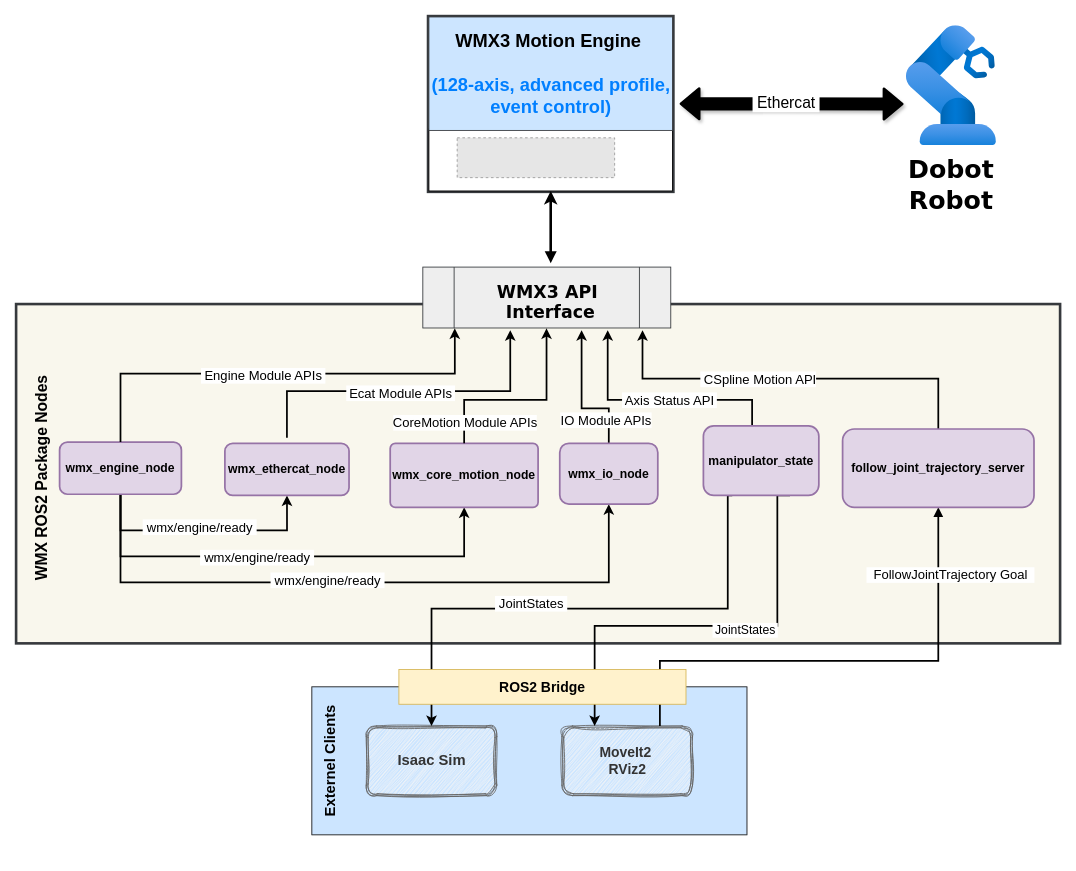
movensys/wmx-r2-doc keeps this draw.io diagram as devel/_static/draw.io/Node_architecture.drawio. Above is the earlier version. Source tidied: cells renumbered, new cells numbered last; positions are measured from the earlier drawing's top-left corner, leaving out a move shared by most shapes. Both pictures are drawn from the tidied source at 87%, with x=0, y=0 at pixel (-67, 17). Pictures stored in the file or linked from it are replaced by grey dashed boxes.
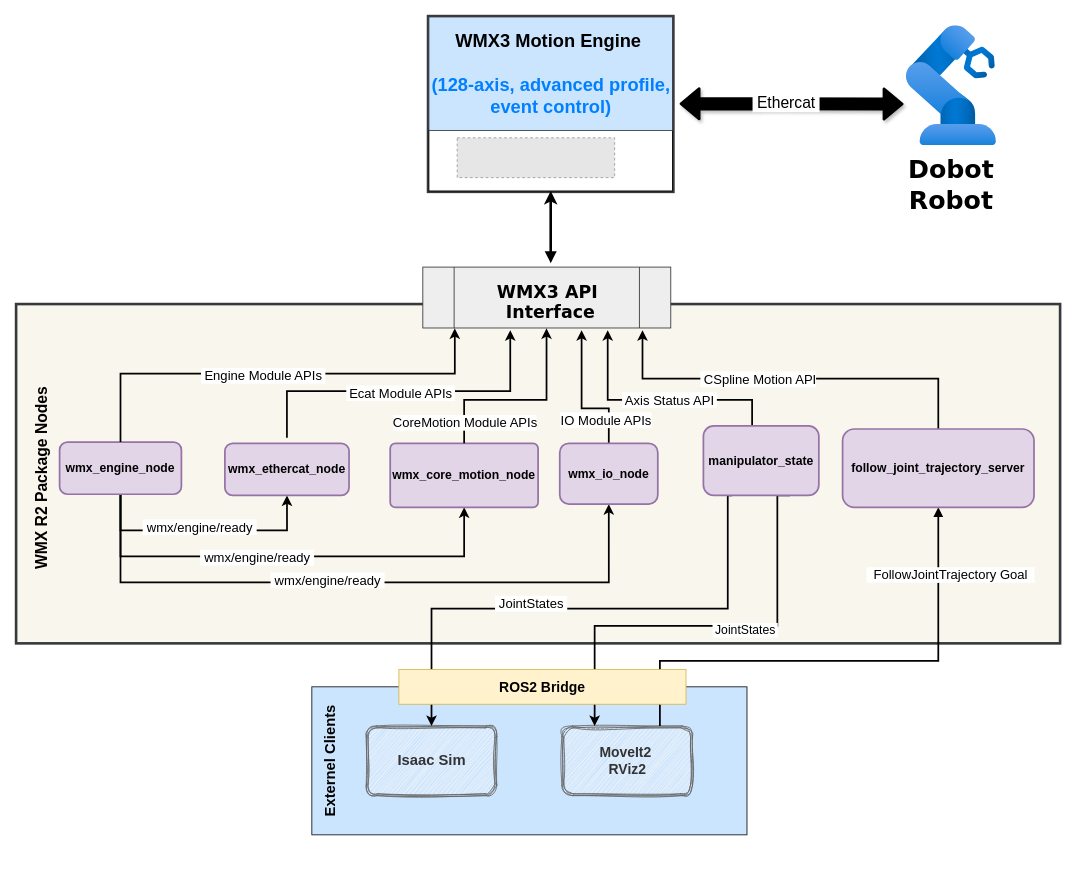
The same diagram, later.

What changed in the source:
```diff
@@
-    <mxCell id="50" value="&lt;font style=&quot;font-size: 18px;&quot;&gt;&lt;b style=&quot;&quot;&gt;WMX ROS2 Package Nodes&lt;/b&gt;&lt;/font&gt;" style="text;html=1;whiteSpace=wrap;strokeColor=none;fillColor=none;align=center;verticalAlign=middle;rounded=0;rotation=-90;" parent="1" vertex="1">
+    <mxCell id="50" value="&lt;font style=&quot;font-size: 18px;&quot;&gt;&lt;b style=&quot;&quot;&gt;WMX R2 Package Nodes&lt;/b&gt;&lt;/font&gt;" style="text;html=1;whiteSpace=wrap;strokeColor=none;fillColor=none;align=center;verticalAlign=middle;rounded=0;rotation=-90;" parent="1" vertex="1">
       <mxGeometry y="515" width="250" height="30" as="geometry" />
     </mxCell>
```
